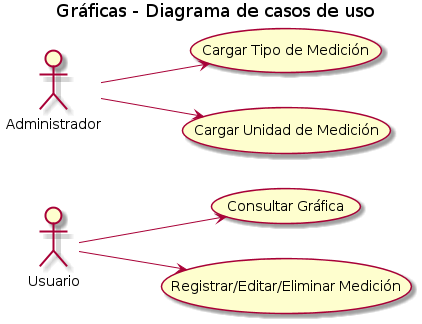
Earlier version of the PlantUML export uml/Sprint 4/cu_graficas_sprint4.png (yaninagm/doc). Its diagram source:
```plantuml
@startuml

title Gráficas - Diagrama de casos de uso

left to right direction

(Consultar Gráfica) as mostgraf
(Registrar/Editar/Eliminar Medición) as cargarmed
(Cargar Tipo de Medición) as cargartipomed
(Cargar Unidad de Medición) as cargarunidmed


Usuario --> (mostgraf)
Usuario --> (cargarmed)

Administrador --> (cargartipomed)
Administrador --> (cargarunidmed)


@enduml
```
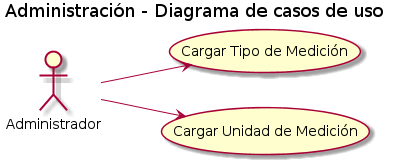
The same file after the commit.

Commit message:
Se modifico el cu para incluir solo los casos administrativos

Diff of the diagram source:
```diff
@@ -1,17 +1,13 @@
 @startuml
 
-title Gráficas - Diagrama de casos de uso
+title Administración - Diagrama de casos de uso
 
 left to right direction
 
-(Consultar Gráfica) as mostgraf
-(Registrar/Editar/Eliminar Medición) as cargarmed
 (Cargar Tipo de Medición) as cargartipomed
 (Cargar Unidad de Medición) as cargarunidmed
 
 
-Usuario --> (mostgraf)
-Usuario --> (cargarmed)
 
 Administrador --> (cargartipomed)
 Administrador --> (cargarunidmed)
```
